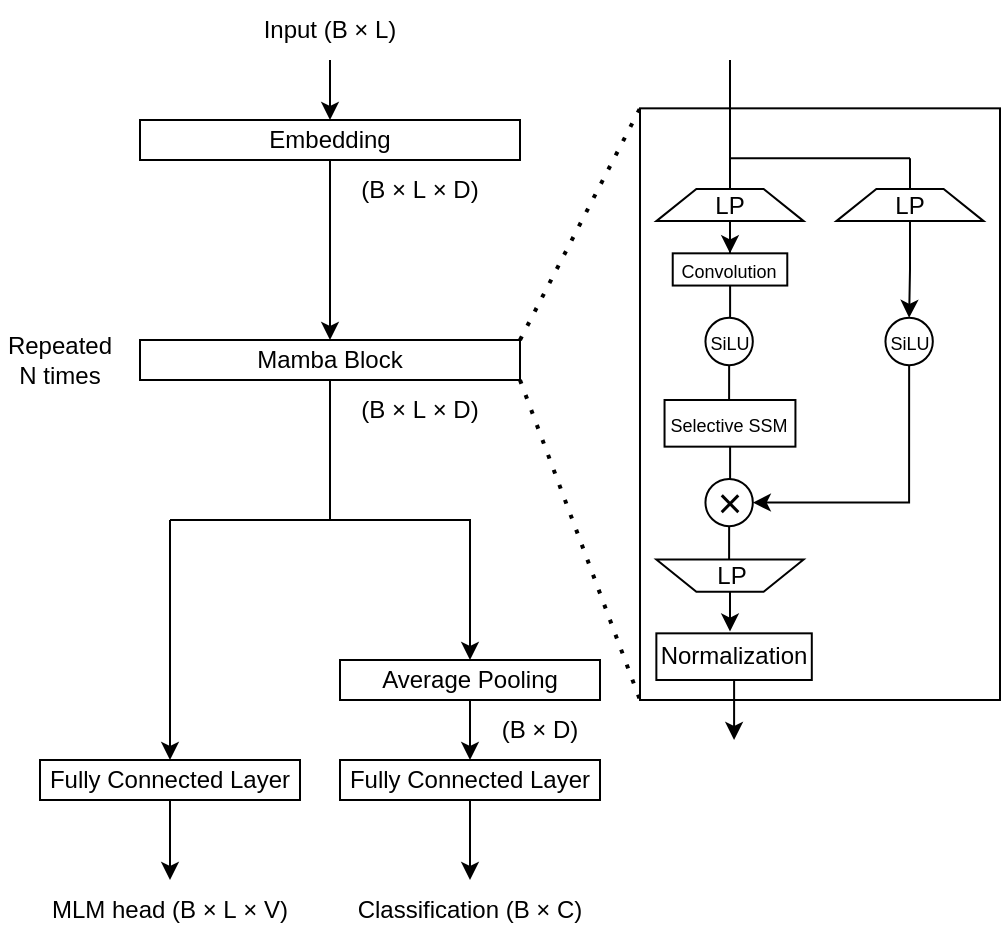
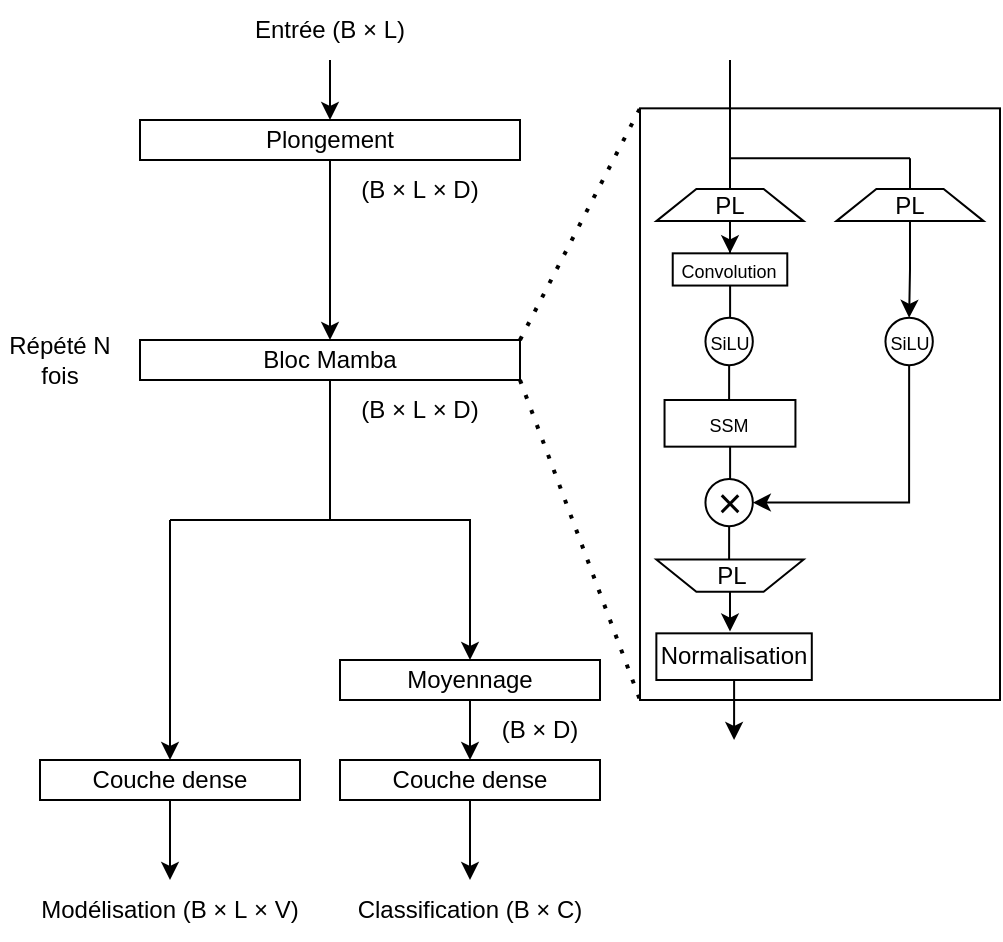
<mxfile host="Electron" agent="Mozilla/5.0 (Windows NT 10.0; Win64; x64; rv:144.0) Gecko/20100101 Firefox/144.0">
  <diagram name="Page-1" id="kl_Lm_TMM-Hnxg8MRJfx">
-     <mxGraphModel dx="1212" dy="736" grid="1" gridSize="10" guides="1" tooltips="1" connect="1" arrows="1" fold="1" page="1" pageScale="1" pageWidth="1500" pageHeight="700" math="0" shadow="0">
+     <mxGraphModel dx="710" dy="432" grid="1" gridSize="10" guides="1" tooltips="1" connect="1" arrows="1" fold="1" page="1" pageScale="1" pageWidth="550" pageHeight="490" math="0" shadow="0">
      <root>
        <mxCell id="0" />
        <mxCell id="1" parent="0" />
        <mxCell id="W5005U-E4-4B36MOSK40-1" edge="1" parent="1" source="W5005U-E4-4B36MOSK40-2" style="edgeStyle=orthogonalEdgeStyle;rounded=0;orthogonalLoop=1;jettySize=auto;html=1;entryX=0.5;entryY=0;entryDx=0;entryDy=0;" target="W5005U-E4-4B36MOSK40-5">
          <mxGeometry relative="1" as="geometry" />
        </mxCell>
-         <mxCell id="W5005U-E4-4B36MOSK40-2" parent="1" style="text;html=1;whiteSpace=wrap;strokeColor=none;fillColor=none;align=center;verticalAlign=middle;rounded=0;" value="&lt;div&gt;Input (B × L)&lt;/div&gt;" vertex="1">
-           <mxGeometry height="30" width="110" x="330" y="30" as="geometry" />
+         <mxCell id="W5005U-E4-4B36MOSK40-2" parent="1" style="text;html=1;whiteSpace=wrap;strokeColor=none;fillColor=none;align=center;verticalAlign=middle;rounded=0;" value="&lt;div&gt;Entrée (B × L)&lt;/div&gt;" vertex="1">
+           <mxGeometry height="30" width="110" x="120" y="10" as="geometry" />
        </mxCell>
        <mxCell id="W5005U-E4-4B36MOSK40-4" edge="1" parent="1" source="W5005U-E4-4B36MOSK40-5" style="edgeStyle=orthogonalEdgeStyle;rounded=0;orthogonalLoop=1;jettySize=auto;html=1;entryX=0.5;entryY=0;entryDx=0;entryDy=0;" target="W5005U-E4-4B36MOSK40-7">
          <mxGeometry relative="1" as="geometry" />
        </mxCell>
-         <mxCell id="W5005U-E4-4B36MOSK40-5" parent="1" style="rounded=0;whiteSpace=wrap;html=1;" value="Embedding" vertex="1">
-           <mxGeometry height="20" width="190" x="290" y="90" as="geometry" />
+         <mxCell id="W5005U-E4-4B36MOSK40-5" parent="1" style="rounded=0;whiteSpace=wrap;html=1;" value="Plongement" vertex="1">
+           <mxGeometry height="20" width="190" x="80" y="70" as="geometry" />
        </mxCell>
        <mxCell id="W5005U-E4-4B36MOSK40-59" edge="1" parent="1" source="W5005U-E4-4B36MOSK40-7" style="edgeStyle=orthogonalEdgeStyle;rounded=0;orthogonalLoop=1;jettySize=auto;html=1;entryX=0.5;entryY=0;entryDx=0;entryDy=0;" target="W5005U-E4-4B36MOSK40-50">
          <mxGeometry relative="1" as="geometry">
            <Array as="points">
-               <mxPoint x="385" y="290" />
-               <mxPoint x="455" y="290" />
+               <mxPoint x="175" y="270" />
+               <mxPoint x="245" y="270" />
            </Array>
          </mxGeometry>
        </mxCell>
-         <mxCell id="W5005U-E4-4B36MOSK40-7" parent="1" style="rounded=0;whiteSpace=wrap;html=1;" value="Mamba Block" vertex="1">
-           <mxGeometry height="20" width="190" x="290" y="200" as="geometry" />
+         <mxCell id="W5005U-E4-4B36MOSK40-7" parent="1" style="rounded=0;whiteSpace=wrap;html=1;" value="Bloc Mamba" vertex="1">
+           <mxGeometry height="20" width="190" x="80" y="180" as="geometry" />
        </mxCell>
        <mxCell id="W5005U-E4-4B36MOSK40-8" parent="1" style="text;html=1;whiteSpace=wrap;strokeColor=none;fillColor=none;align=center;verticalAlign=middle;rounded=0;" value="(B&amp;nbsp;× L&amp;nbsp;× D)" vertex="1">
-           <mxGeometry height="30" width="80" x="390" y="110" as="geometry" />
+           <mxGeometry height="30" width="80" x="180" y="90" as="geometry" />
        </mxCell>
        <mxCell id="W5005U-E4-4B36MOSK40-9" parent="1" style="text;html=1;whiteSpace=wrap;strokeColor=none;fillColor=none;align=center;verticalAlign=middle;rounded=0;" value="(B&amp;nbsp;× L&amp;nbsp;× D)" vertex="1">
-           <mxGeometry height="30" width="80" x="390" y="220" as="geometry" />
+           <mxGeometry height="30" width="80" x="180" y="200" as="geometry" />
        </mxCell>
        <mxCell id="W5005U-E4-4B36MOSK40-21" edge="1" parent="1" source="W5005U-E4-4B36MOSK40-7" style="endArrow=none;dashed=1;html=1;dashPattern=1 3;strokeWidth=2;rounded=0;exitX=1;exitY=0;exitDx=0;exitDy=0;entryX=0;entryY=0;entryDx=0;entryDy=0;" target="W5005U-E4-4B36MOSK40-24" value="">
          <mxGeometry height="50" relative="1" width="50" as="geometry">
-             <mxPoint x="540" y="280" as="sourcePoint" />
-             <mxPoint x="590" y="230" as="targetPoint" />
+             <mxPoint x="330" y="260" as="sourcePoint" />
+             <mxPoint x="380" y="210" as="targetPoint" />
          </mxGeometry>
        </mxCell>
        <mxCell id="W5005U-E4-4B36MOSK40-22" edge="1" parent="1" source="W5005U-E4-4B36MOSK40-7" style="endArrow=none;dashed=1;html=1;dashPattern=1 3;strokeWidth=2;rounded=0;exitX=1;exitY=1;exitDx=0;exitDy=0;entryX=0;entryY=1;entryDx=0;entryDy=0;" target="W5005U-E4-4B36MOSK40-24" value="">
          <mxGeometry height="50" relative="1" width="50" as="geometry">
-             <mxPoint x="540" y="280" as="sourcePoint" />
-             <mxPoint x="590" y="230" as="targetPoint" />
+             <mxPoint x="330" y="260" as="sourcePoint" />
+             <mxPoint x="380" y="210" as="targetPoint" />
          </mxGeometry>
        </mxCell>
        <mxCell id="W5005U-E4-4B36MOSK40-23" connectable="0" parent="1" style="group" value="" vertex="1">
-           <mxGeometry height="320" width="180" x="540" y="60" as="geometry" />
+           <mxGeometry height="320" width="180" x="330" y="40" as="geometry" />
        </mxCell>
        <mxCell id="W5005U-E4-4B36MOSK40-24" parent="W5005U-E4-4B36MOSK40-23" style="rounded=0;whiteSpace=wrap;html=1;" value="" vertex="1">
          <mxGeometry height="295.83" width="180" y="24.17" as="geometry" />
        </mxCell>
        <mxCell id="W5005U-E4-4B36MOSK40-25" edge="1" parent="W5005U-E4-4B36MOSK40-23" source="W5005U-E4-4B36MOSK40-26" style="edgeStyle=orthogonalEdgeStyle;rounded=0;orthogonalLoop=1;jettySize=auto;html=1;entryX=0.5;entryY=0;entryDx=0;entryDy=0;" target="W5005U-E4-4B36MOSK40-33">
          <mxGeometry relative="1" as="geometry" />
        </mxCell>
-         <mxCell id="W5005U-E4-4B36MOSK40-26" parent="W5005U-E4-4B36MOSK40-23" style="shape=trapezoid;perimeter=trapezoidPerimeter;whiteSpace=wrap;html=1;fixedSize=1;" value="LP" vertex="1">
+         <mxCell id="W5005U-E4-4B36MOSK40-26" parent="W5005U-E4-4B36MOSK40-23" style="shape=trapezoid;perimeter=trapezoidPerimeter;whiteSpace=wrap;html=1;fixedSize=1;" value="PL" vertex="1">
          <mxGeometry height="16.11111111111111" width="73.63636363636364" x="8.181818181818182" y="64.44444444444444" as="geometry" />
        </mxCell>
        <mxCell id="W5005U-E4-4B36MOSK40-27" edge="1" parent="W5005U-E4-4B36MOSK40-23" source="W5005U-E4-4B36MOSK40-28" style="edgeStyle=orthogonalEdgeStyle;rounded=0;orthogonalLoop=1;jettySize=auto;html=1;entryX=0.5;entryY=0;entryDx=0;entryDy=0;" target="W5005U-E4-4B36MOSK40-37">
          <mxGeometry relative="1" as="geometry" />
        </mxCell>
-         <mxCell id="W5005U-E4-4B36MOSK40-28" parent="W5005U-E4-4B36MOSK40-23" style="shape=trapezoid;perimeter=trapezoidPerimeter;whiteSpace=wrap;html=1;fixedSize=1;" value="LP" vertex="1">
+         <mxCell id="W5005U-E4-4B36MOSK40-28" parent="W5005U-E4-4B36MOSK40-23" style="shape=trapezoid;perimeter=trapezoidPerimeter;whiteSpace=wrap;html=1;fixedSize=1;" value="PL" vertex="1">
          <mxGeometry height="16.11111111111111" width="73.63636363636364" x="98.18181818181819" y="64.44444444444444" as="geometry" />
        </mxCell>
        <mxCell id="W5005U-E4-4B36MOSK40-29" edge="1" parent="W5005U-E4-4B36MOSK40-23" style="endArrow=none;html=1;rounded=0;entryX=0.5;entryY=0;entryDx=0;entryDy=0;" target="W5005U-E4-4B36MOSK40-26" value="">
          <mxGeometry height="50" relative="1" width="50" as="geometry">
            <mxPoint x="45" as="sourcePoint" />
            <mxPoint x="45" y="64.44444444444444" as="targetPoint" />
          </mxGeometry>
        </mxCell>
        <mxCell id="W5005U-E4-4B36MOSK40-30" edge="1" parent="W5005U-E4-4B36MOSK40-23" style="endArrow=none;html=1;rounded=0;entryX=0.5;entryY=0;entryDx=0;entryDy=0;" target="W5005U-E4-4B36MOSK40-28" value="">
          <mxGeometry height="50" relative="1" width="50" as="geometry">
            <mxPoint x="135" y="49.13888888888889" as="sourcePoint" />
            <mxPoint x="73.63636363636364" y="32.22222222222222" as="targetPoint" />
          </mxGeometry>
        </mxCell>
        <mxCell id="W5005U-E4-4B36MOSK40-31" edge="1" parent="W5005U-E4-4B36MOSK40-23" style="endArrow=none;html=1;rounded=0;" value="">
          <mxGeometry height="50" relative="1" width="50" as="geometry">
            <mxPoint x="135" y="49.13888888888889" as="sourcePoint" />
            <mxPoint x="45" y="49.13888888888889" as="targetPoint" />
          </mxGeometry>
        </mxCell>
        <mxCell id="W5005U-E4-4B36MOSK40-32" edge="1" parent="W5005U-E4-4B36MOSK40-23" source="W5005U-E4-4B36MOSK40-33" style="edgeStyle=orthogonalEdgeStyle;rounded=0;orthogonalLoop=1;jettySize=auto;html=1;entryX=0.5;entryY=0;entryDx=0;entryDy=0;" target="W5005U-E4-4B36MOSK40-35">
          <mxGeometry relative="1" as="geometry" />
        </mxCell>
        <mxCell id="W5005U-E4-4B36MOSK40-33" parent="W5005U-E4-4B36MOSK40-23" style="rounded=0;whiteSpace=wrap;html=1;" value="&lt;font style=&quot;font-size: 9px;&quot;&gt;Convolution&lt;/font&gt;" vertex="1">
          <mxGeometry height="16.11111111111111" width="57.272727272727266" x="16.363636363636363" y="96.66666666666667" as="geometry" />
        </mxCell>
        <mxCell id="W5005U-E4-4B36MOSK40-34" edge="1" parent="W5005U-E4-4B36MOSK40-23" source="W5005U-E4-4B36MOSK40-35" style="edgeStyle=orthogonalEdgeStyle;rounded=0;orthogonalLoop=1;jettySize=auto;html=1;entryX=0.5;entryY=0;entryDx=0;entryDy=0;" target="W5005U-E4-4B36MOSK40-39">
          <mxGeometry relative="1" as="geometry" />
        </mxCell>
        <mxCell id="W5005U-E4-4B36MOSK40-35" parent="W5005U-E4-4B36MOSK40-23" style="ellipse;whiteSpace=wrap;html=1;aspect=fixed;" value="&lt;font style=&quot;font-size: 9px;&quot;&gt;SiLU&lt;/font&gt;" vertex="1">
          <mxGeometry height="23.684210526315788" width="23.684210526315788" x="32.72727272727273" y="128.88888888888889" as="geometry" />
        </mxCell>
        <mxCell id="W5005U-E4-4B36MOSK40-36" edge="1" parent="W5005U-E4-4B36MOSK40-23" source="W5005U-E4-4B36MOSK40-37" style="edgeStyle=orthogonalEdgeStyle;rounded=0;orthogonalLoop=1;jettySize=auto;html=1;entryX=1;entryY=0.5;entryDx=0;entryDy=0;" target="W5005U-E4-4B36MOSK40-41">
          <mxGeometry relative="1" as="geometry">
            <Array as="points">
              <mxPoint x="135" y="221.5277777777778" />
            </Array>
          </mxGeometry>
        </mxCell>
        <mxCell id="W5005U-E4-4B36MOSK40-37" parent="W5005U-E4-4B36MOSK40-23" style="ellipse;whiteSpace=wrap;html=1;aspect=fixed;" value="&lt;font style=&quot;font-size: 9px;&quot;&gt;SiLU&lt;/font&gt;" vertex="1">
          <mxGeometry height="23.684210526315788" width="23.684210526315788" x="122.72727272727273" y="128.88888888888889" as="geometry" />
        </mxCell>
        <mxCell id="W5005U-E4-4B36MOSK40-38" edge="1" parent="W5005U-E4-4B36MOSK40-23" source="W5005U-E4-4B36MOSK40-39" style="edgeStyle=orthogonalEdgeStyle;rounded=0;orthogonalLoop=1;jettySize=auto;html=1;entryX=0.5;entryY=0;entryDx=0;entryDy=0;" target="W5005U-E4-4B36MOSK40-41">
          <mxGeometry relative="1" as="geometry" />
        </mxCell>
-         <mxCell id="W5005U-E4-4B36MOSK40-39" parent="W5005U-E4-4B36MOSK40-23" style="rounded=0;whiteSpace=wrap;html=1;" value="&lt;font style=&quot;font-size: 9px;&quot;&gt;Selective SSM&lt;/font&gt;" vertex="1">
+         <mxCell id="W5005U-E4-4B36MOSK40-39" parent="W5005U-E4-4B36MOSK40-23" style="rounded=0;whiteSpace=wrap;html=1;" value="&lt;font style=&quot;font-size: 9px;&quot;&gt;SSM&lt;/font&gt;" vertex="1">
          <mxGeometry height="23.33" width="65.45" x="12.27" y="170" as="geometry" />
        </mxCell>
        <mxCell id="W5005U-E4-4B36MOSK40-40" edge="1" parent="W5005U-E4-4B36MOSK40-23" source="W5005U-E4-4B36MOSK40-41" style="edgeStyle=orthogonalEdgeStyle;rounded=0;orthogonalLoop=1;jettySize=auto;html=1;entryX=0.5;entryY=1;entryDx=0;entryDy=0;" target="W5005U-E4-4B36MOSK40-42">
          <mxGeometry relative="1" as="geometry" />
        </mxCell>
        <mxCell id="W5005U-E4-4B36MOSK40-41" parent="W5005U-E4-4B36MOSK40-23" style="ellipse;whiteSpace=wrap;html=1;aspect=fixed;" value="&lt;font style=&quot;font-size: 21px;&quot;&gt;×&lt;/font&gt;" vertex="1">
          <mxGeometry height="23.684210526315788" width="23.684210526315788" x="32.72727272727273" y="209.44444444444446" as="geometry" />
        </mxCell>
        <mxCell id="W5005U-E4-4B36MOSK40-42" parent="W5005U-E4-4B36MOSK40-23" style="shape=trapezoid;perimeter=trapezoidPerimeter;whiteSpace=wrap;html=1;fixedSize=1;rotation=-180;" value="" vertex="1">
          <mxGeometry height="16.11111111111111" width="73.63636363636364" x="8.181818181818182" y="249.72222222222226" as="geometry" />
        </mxCell>
        <mxCell id="W5005U-E4-4B36MOSK40-43" edge="1" parent="W5005U-E4-4B36MOSK40-23" source="W5005U-E4-4B36MOSK40-44" style="edgeStyle=orthogonalEdgeStyle;rounded=0;orthogonalLoop=1;jettySize=auto;html=1;">
          <mxGeometry relative="1" as="geometry">
            <mxPoint x="47.04000000000008" y="339.99999999999994" as="targetPoint" />
          </mxGeometry>
        </mxCell>
-         <mxCell id="W5005U-E4-4B36MOSK40-44" parent="W5005U-E4-4B36MOSK40-23" style="rounded=0;whiteSpace=wrap;html=1;" value="Normalization" vertex="1">
+         <mxCell id="W5005U-E4-4B36MOSK40-44" parent="W5005U-E4-4B36MOSK40-23" style="rounded=0;whiteSpace=wrap;html=1;" value="Normalis&lt;span style=&quot;background-color: transparent; color: light-dark(rgb(0, 0, 0), rgb(255, 255, 255));&quot;&gt;ation&lt;/span&gt;" vertex="1">
          <mxGeometry height="23.33" width="77.72" x="8.18" y="286.67" as="geometry" />
        </mxCell>
        <mxCell id="W5005U-E4-4B36MOSK40-45" edge="1" parent="W5005U-E4-4B36MOSK40-23" source="W5005U-E4-4B36MOSK40-42" style="edgeStyle=orthogonalEdgeStyle;rounded=0;orthogonalLoop=1;jettySize=auto;html=1;entryX=0.473;entryY=-0.007;entryDx=0;entryDy=0;entryPerimeter=0;" target="W5005U-E4-4B36MOSK40-44">
          <mxGeometry relative="1" as="geometry" />
        </mxCell>
-         <mxCell id="W5005U-E4-4B36MOSK40-46" parent="W5005U-E4-4B36MOSK40-23" style="text;html=1;whiteSpace=wrap;strokeColor=none;fillColor=none;align=center;verticalAlign=middle;rounded=0;" value="LP" vertex="1">
+         <mxCell id="W5005U-E4-4B36MOSK40-46" parent="W5005U-E4-4B36MOSK40-23" style="text;html=1;whiteSpace=wrap;strokeColor=none;fillColor=none;align=center;verticalAlign=middle;rounded=0;" value="PL" vertex="1">
          <mxGeometry height="30" width="60" x="16.360000000000014" y="242.77999999999997" as="geometry" />
        </mxCell>
        <mxCell id="W5005U-E4-4B36MOSK40-48" parent="1" style="text;html=1;whiteSpace=wrap;strokeColor=none;fillColor=none;align=center;verticalAlign=middle;rounded=0;" value="Classification (B × C)" vertex="1">
-           <mxGeometry height="30" width="130" x="390" y="470" as="geometry" />
+           <mxGeometry height="30" width="130" x="180" y="450" as="geometry" />
        </mxCell>
        <mxCell id="W5005U-E4-4B36MOSK40-49" edge="1" parent="1" source="W5005U-E4-4B36MOSK40-50" style="edgeStyle=orthogonalEdgeStyle;rounded=0;orthogonalLoop=1;jettySize=auto;html=1;entryX=0.5;entryY=0;entryDx=0;entryDy=0;" target="W5005U-E4-4B36MOSK40-52">
          <mxGeometry relative="1" as="geometry" />
        </mxCell>
-         <mxCell id="W5005U-E4-4B36MOSK40-50" parent="1" style="rounded=0;whiteSpace=wrap;html=1;" value="&lt;div&gt;Average Pooling&lt;/div&gt;" vertex="1">
-           <mxGeometry height="20" width="130" x="390" y="360" as="geometry" />
+         <mxCell id="W5005U-E4-4B36MOSK40-50" parent="1" style="rounded=0;whiteSpace=wrap;html=1;" value="&lt;div&gt;Moyennage&lt;/div&gt;" vertex="1">
+           <mxGeometry height="20" width="130" x="180" y="340" as="geometry" />
        </mxCell>
        <mxCell id="W5005U-E4-4B36MOSK40-51" edge="1" parent="1" source="W5005U-E4-4B36MOSK40-52" style="edgeStyle=orthogonalEdgeStyle;rounded=0;orthogonalLoop=1;jettySize=auto;html=1;entryX=0.5;entryY=0;entryDx=0;entryDy=0;" target="W5005U-E4-4B36MOSK40-48">
          <mxGeometry relative="1" as="geometry" />
        </mxCell>
-         <mxCell id="W5005U-E4-4B36MOSK40-52" parent="1" style="rounded=0;whiteSpace=wrap;html=1;" value="Fully Connected Layer" vertex="1">
-           <mxGeometry height="20" width="130" x="390" y="410" as="geometry" />
+         <mxCell id="W5005U-E4-4B36MOSK40-52" parent="1" style="rounded=0;whiteSpace=wrap;html=1;" value="Couche dense" vertex="1">
+           <mxGeometry height="20" width="130" x="180" y="390" as="geometry" />
        </mxCell>
        <mxCell id="W5005U-E4-4B36MOSK40-53" parent="1" style="text;html=1;whiteSpace=wrap;strokeColor=none;fillColor=none;align=center;verticalAlign=middle;rounded=0;" value="(B&amp;nbsp;× D)" vertex="1">
-           <mxGeometry height="30" width="80" x="450" y="380" as="geometry" />
+           <mxGeometry height="30" width="80" x="240" y="360" as="geometry" />
        </mxCell>
        <mxCell id="W5005U-E4-4B36MOSK40-54" edge="1" parent="1" source="W5005U-E4-4B36MOSK40-55" style="edgeStyle=orthogonalEdgeStyle;rounded=0;orthogonalLoop=1;jettySize=auto;html=1;entryX=0.5;entryY=0;entryDx=0;entryDy=0;" target="W5005U-E4-4B36MOSK40-58">
          <mxGeometry relative="1" as="geometry" />
        </mxCell>
-         <mxCell id="W5005U-E4-4B36MOSK40-55" parent="1" style="rounded=0;whiteSpace=wrap;html=1;" value="Fully Connected Layer" vertex="1">
-           <mxGeometry height="20" width="130" x="240" y="410" as="geometry" />
+         <mxCell id="W5005U-E4-4B36MOSK40-55" parent="1" style="rounded=0;whiteSpace=wrap;html=1;" value="Couche dense" vertex="1">
+           <mxGeometry height="20" width="130" x="30" y="390" as="geometry" />
        </mxCell>
        <mxCell id="W5005U-E4-4B36MOSK40-56" edge="1" parent="1" style="endArrow=classic;html=1;rounded=0;entryX=0.5;entryY=0;entryDx=0;entryDy=0;" target="W5005U-E4-4B36MOSK40-55" value="">
          <mxGeometry height="50" relative="1" width="50" as="geometry">
-             <mxPoint x="305" y="290" as="sourcePoint" />
-             <mxPoint x="310" y="400" as="targetPoint" />
+             <mxPoint x="95" y="270" as="sourcePoint" />
+             <mxPoint x="100" y="380" as="targetPoint" />
          </mxGeometry>
        </mxCell>
-         <mxCell id="W5005U-E4-4B36MOSK40-58" parent="1" style="text;html=1;whiteSpace=wrap;strokeColor=none;fillColor=none;align=center;verticalAlign=middle;rounded=0;" value="MLM head (B × L&amp;nbsp;× V)" vertex="1">
-           <mxGeometry height="30" width="130" x="240" y="470" as="geometry" />
+         <mxCell id="W5005U-E4-4B36MOSK40-58" parent="1" style="text;html=1;whiteSpace=wrap;strokeColor=none;fillColor=none;align=center;verticalAlign=middle;rounded=0;" value="Modélisation (B × L&amp;nbsp;× V)" vertex="1">
+           <mxGeometry height="30" width="150" x="20" y="450" as="geometry" />
        </mxCell>
        <mxCell id="W5005U-E4-4B36MOSK40-60" edge="1" parent="1" style="endArrow=none;html=1;rounded=0;" value="">
          <mxGeometry height="50" relative="1" width="50" as="geometry">
-             <mxPoint x="305" y="290" as="sourcePoint" />
-             <mxPoint x="390" y="290" as="targetPoint" />
+             <mxPoint x="95" y="270" as="sourcePoint" />
+             <mxPoint x="180" y="270" as="targetPoint" />
          </mxGeometry>
        </mxCell>
-         <mxCell id="W5005U-E4-4B36MOSK40-61" parent="1" style="text;html=1;whiteSpace=wrap;strokeColor=none;fillColor=none;align=center;verticalAlign=middle;rounded=0;" value="Repeated N times" vertex="1">
-           <mxGeometry height="30" width="60" x="220" y="195" as="geometry" />
+         <mxCell id="W5005U-E4-4B36MOSK40-61" parent="1" style="text;html=1;whiteSpace=wrap;strokeColor=none;fillColor=none;align=center;verticalAlign=middle;rounded=0;" value="Répété N fois" vertex="1">
+           <mxGeometry height="30" width="60" x="10" y="175" as="geometry" />
        </mxCell>
      </root>
    </mxGraphModel>
  </diagram>
</mxfile>
